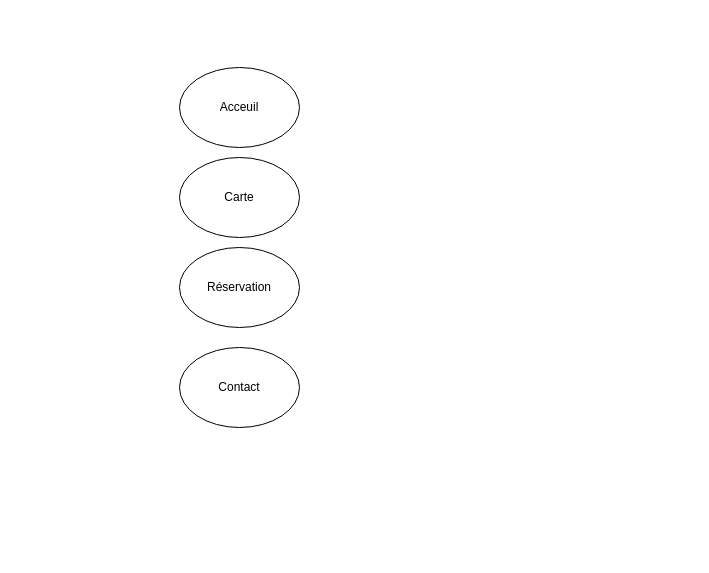
This is Diagramme sans nom.drawio from taketomi001/dossier, a draw.io file, before an edit. Source tidied: cells renumbered, new cells numbered last; positions are measured from the earlier drawing's top-left corner, leaving out a move shared by most shapes. Both pictures are drawn from the tidied source at 100%, with x=0, y=0 at pixel (179, 67).
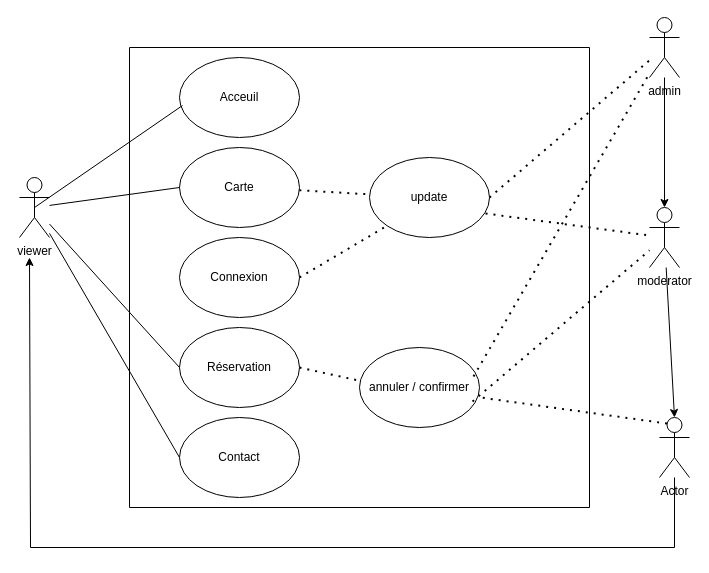
Above is the later version.

Commit message (it also covers changes not shown here):
Mettre à jour Diagramme sans nom.drawio

Change to the diagram source:
```diff
@@
+    <mxCell id="6" style="swimlane;startSize=0;" parent="1" vertex="1">
+      <mxGeometry x="-50" y="-20" width="460" height="460" as="geometry" />
+    </mxCell>
+    <mxCell id="7" value="annuler / confirmer" style="ellipse;whiteSpace=wrap;html=1;" parent="6" vertex="1">
+      <mxGeometry x="230" y="300" width="120" height="80" as="geometry" />
+    </mxCell>
+    <mxCell id="8" value="update" style="ellipse;whiteSpace=wrap;html=1;" parent="6" vertex="1">
+      <mxGeometry x="240" y="110" width="120" height="80" as="geometry" />
+    </mxCell>
+    <mxCell id="5" value="Contact" style="ellipse;whiteSpace=wrap;html=1;" parent="6" vertex="1">
+      <mxGeometry x="50" y="370" width="120" height="80" as="geometry" />
+    </mxCell>
+    <mxCell id="4" value="Réservation" style="ellipse;whiteSpace=wrap;html=1;" parent="6" vertex="1">
+      <mxGeometry x="50" y="280" width="120" height="80" as="geometry" />
+    </mxCell>
+    <mxCell id="9" style="endArrow=none;dashed=1;html=1;dashPattern=1 3;strokeWidth=2;rounded=0;exitX=1;exitY=0.5;exitDx=0;exitDy=0;entryX=-0.008;entryY=0.413;entryDx=0;entryDy=0;entryPerimeter=0;" parent="6" edge="1" source="4" target="7">
+      <mxGeometry relative="1" as="geometry" />
+    </mxCell>
+    <mxCell id="10" value="Connexion" style="ellipse;whiteSpace=wrap;html=1;" parent="6" vertex="1">
+      <mxGeometry x="50" y="190" width="120" height="80" as="geometry" />
+    </mxCell>
-    <mxCell id="2" value="Acceuil" style="ellipse;whiteSpace=wrap;html=1;" parent="1" vertex="1">
-      <mxGeometry width="120" height="80" as="geometry" />
+    <mxCell id="2" value="Acceuil" style="ellipse;whiteSpace=wrap;html=1;" parent="6" vertex="1">
+      <mxGeometry x="50" y="10" width="120" height="80" as="geometry" />
     </mxCell>
-    <mxCell id="3" value="Carte" style="ellipse;whiteSpace=wrap;html=1;" parent="1" vertex="1">
-      <mxGeometry y="90" width="120" height="80" as="geometry" />
+    <mxCell id="3" value="Carte" style="ellipse;whiteSpace=wrap;html=1;" parent="6" vertex="1">
+      <mxGeometry x="50" y="100" width="120" height="80" as="geometry" />
     </mxCell>
-    <mxCell id="4" value="Réservation" style="ellipse;whiteSpace=wrap;html=1;" parent="1" vertex="1">
-      <mxGeometry y="180" width="120" height="80" as="geometry" />
-    </mxCell>
-    <mxCell id="5" value="Contact" style="ellipse;whiteSpace=wrap;html=1;" parent="1" vertex="1">
-      <mxGeometry y="280" width="120" height="80" as="geometry" />
-    </mxCell>
+    <mxCell id="11" style="endArrow=none;dashed=1;html=1;dashPattern=1 3;strokeWidth=2;rounded=0;" parent="6" edge="1" source="3" target="8">
+      <mxGeometry relative="1" as="geometry" />
+    </mxCell>
+    <mxCell id="12" style="endArrow=none;dashed=1;html=1;dashPattern=1 3;strokeWidth=2;rounded=0;entryX=0;entryY=1;entryDx=0;entryDy=0;exitX=1;exitY=0.5;exitDx=0;exitDy=0;" parent="6" edge="1" source="10" target="8">
+      <mxGeometry relative="1" as="geometry" />
+    </mxCell>
+    <mxCell id="13" value="moderator" style="shape=umlActor;verticalLabelPosition=bottom;verticalAlign=top;html=1;outlineConnect=0;" parent="1" vertex="1">
+      <mxGeometry x="470" y="140" width="30" height="60" as="geometry" />
+    </mxCell>
+    <mxCell id="14" value="viewer" style="shape=umlActor;verticalLabelPosition=bottom;verticalAlign=top;html=1;outlineConnect=0;" parent="1" vertex="1">
+      <mxGeometry x="-160" y="110" width="30" height="60" as="geometry" />
+    </mxCell>
+    <mxCell id="15" style="endArrow=none;html=1;rounded=0;entryX=0.025;entryY=0.6;entryDx=0;entryDy=0;entryPerimeter=0;exitX=0.5;exitY=0.5;exitDx=0;exitDy=0;exitPerimeter=0;" parent="1" edge="1" source="14" target="2">
+      <mxGeometry relative="1" as="geometry" />
+    </mxCell>
+    <mxCell id="16" style="endArrow=none;html=1;rounded=0;entryX=0;entryY=0.5;entryDx=0;entryDy=0;" parent="1" edge="1" source="14" target="3">
+      <mxGeometry relative="1" as="geometry" />
+    </mxCell>
+    <mxCell id="17" style="endArrow=none;html=1;rounded=0;entryX=0;entryY=0.5;entryDx=0;entryDy=0;" parent="1" edge="1" source="14" target="4">
+      <mxGeometry relative="1" as="geometry" />
+    </mxCell>
+    <mxCell id="18" style="endArrow=none;html=1;rounded=0;exitX=0;exitY=0.5;exitDx=0;exitDy=0;" parent="1" edge="1" source="5" target="14">
+      <mxGeometry relative="1" as="geometry" />
+    </mxCell>
+    <mxCell id="19" value="Actor" style="shape=umlActor;verticalLabelPosition=bottom;verticalAlign=top;html=1;outlineConnect=0;" parent="1" vertex="1">
+      <mxGeometry x="480" y="350" width="30" height="60" as="geometry" />
+    </mxCell>
+    <mxCell id="20" style="endArrow=none;dashed=1;html=1;dashPattern=1 3;strokeWidth=2;rounded=0;entryX=1.008;entryY=0.625;entryDx=0;entryDy=0;entryPerimeter=0;exitX=0.25;exitY=0.1;exitDx=0;exitDy=0;exitPerimeter=0;" parent="1" edge="1" source="19" target="7">
+      <mxGeometry relative="1" as="geometry" />
+    </mxCell>
+    <mxCell id="21" style="endArrow=classic;html=1;rounded=0;edgeStyle=orthogonalEdgeStyle;" parent="1" edge="1" source="19">
+      <mxGeometry relative="1" as="geometry">
+        <mxPoint x="-150" y="190" as="targetPoint" />
+        <Array as="points">
+          <mxPoint x="495" y="480" />
+          <mxPoint x="-149" y="480" />
+        </Array>
+      </mxGeometry>
+    </mxCell>
+    <mxCell id="22" value="admin" style="shape=umlActor;verticalLabelPosition=bottom;verticalAlign=top;html=1;outlineConnect=0;" parent="1" vertex="1">
+      <mxGeometry x="470" y="-50" width="30" height="60" as="geometry" />
+    </mxCell>
+    <mxCell id="23" style="endArrow=classic;html=1;rounded=0;entryX=0.5;entryY=0;entryDx=0;entryDy=0;entryPerimeter=0;" parent="1" edge="1" source="22" target="13">
+      <mxGeometry relative="1" as="geometry" />
+    </mxCell>
+    <mxCell id="24" style="endArrow=none;dashed=1;html=1;dashPattern=1 3;strokeWidth=2;rounded=0;exitX=1;exitY=0.5;exitDx=0;exitDy=0;" parent="1" edge="1" source="8" target="22">
+      <mxGeometry relative="1" as="geometry" />
+    </mxCell>
+    <mxCell id="25" style="endArrow=classic;html=1;rounded=0;entryX=0.5;entryY=0;entryDx=0;entryDy=0;entryPerimeter=0;" parent="1" edge="1" source="13" target="19">
+      <mxGeometry relative="1" as="geometry" />
+    </mxCell>
+    <mxCell id="26" style="endArrow=none;dashed=1;html=1;dashPattern=1 3;strokeWidth=2;rounded=0;exitX=0.942;exitY=0.675;exitDx=0;exitDy=0;exitPerimeter=0;" parent="1" edge="1" source="7" target="13">
+      <mxGeometry relative="1" as="geometry" />
+    </mxCell>
+    <mxCell id="27" style="endArrow=none;dashed=1;html=1;dashPattern=1 3;strokeWidth=2;rounded=0;exitX=0.95;exitY=0.363;exitDx=0;exitDy=0;exitPerimeter=0;" parent="1" edge="1" source="7" target="22">
+      <mxGeometry relative="1" as="geometry" />
+    </mxCell>
+    <mxCell id="28" style="endArrow=none;dashed=1;html=1;dashPattern=1 3;strokeWidth=2;rounded=0;exitX=0.967;exitY=0.7;exitDx=0;exitDy=0;exitPerimeter=0;" parent="1" edge="1" source="8" target="13">
+      <mxGeometry relative="1" as="geometry" />
+    </mxCell>
```
